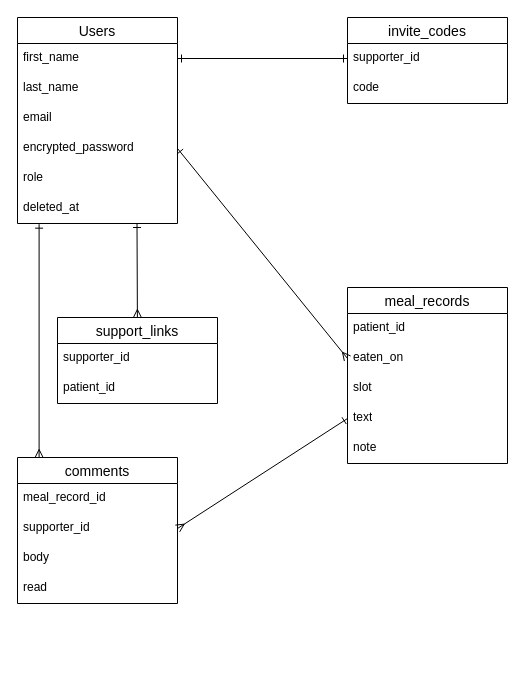
takaerika/meal_support_app keeps this draw.io diagram as page "ページ1" (1 of 2) of meal_support_app.dio. Above is the earlier version. Source tidied: cells renumbered, new cells numbered last; positions are measured from the earlier drawing's top-left corner, leaving out a move shared by most shapes. Both pictures are drawn from the tidied source at 100%, with x=0, y=0 at pixel (17, 17).
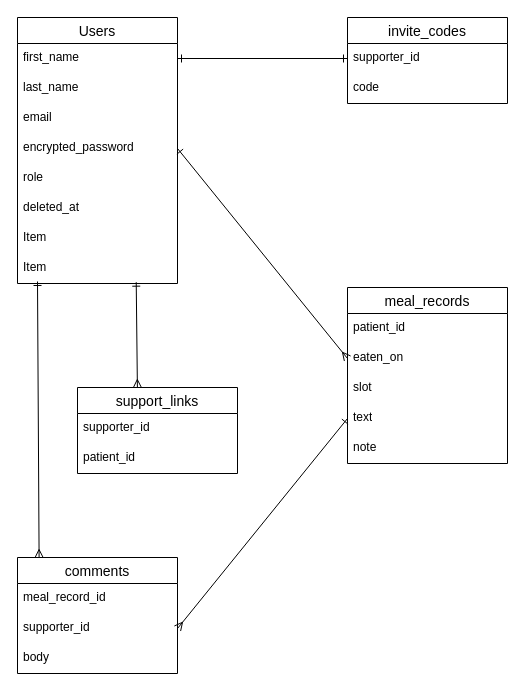
After the change.

Unchanged cells that the change refers to:
```xml
<mxCell id="8" value="deleted_at" style="text;strokeColor=none;fillColor=none;spacingLeft=4;spacingRight=4;overflow=hidden;points=[[0,0.5],[1,0.5]];portConstraint=eastwest;fontSize=12;whiteSpace=wrap;html=1;" parent="2" vertex="1">
  <mxGeometry y="176" width="160" height="30" as="geometry" />
</mxCell>
```

What changed in the source:
```diff
@@
     <mxCell id="2" value="Users" style="swimlane;fontStyle=0;horizontal=1;startSize=26;align=center;fontSize=14;" parent="1" vertex="1">
-      <mxGeometry width="160" height="206" as="geometry" />
+      <mxGeometry width="160" height="266" as="geometry" />
     </mxCell>
@@
+    <mxCell id="31" value="Item" style="text;strokeColor=none;fillColor=none;spacingLeft=4;spacingRight=4;overflow=hidden;fontSize=12;whiteSpace=wrap;html=1;" parent="2" vertex="1">
+      <mxGeometry y="206" width="160" height="30" as="geometry" />
+    </mxCell>
+    <mxCell id="32" value="Item" style="text;strokeColor=none;fillColor=none;spacingLeft=4;spacingRight=4;overflow=hidden;points=[[0,0.5],[1,0.5]];portConstraint=eastwest;fontSize=12;whiteSpace=wrap;html=1;" parent="2" vertex="1">
+      <mxGeometry y="236" width="160" height="30" as="geometry" />
+    </mxCell>
@@
     <mxCell id="12" value="support_links" style="swimlane;fontStyle=0;horizontal=1;startSize=26;align=center;fontSize=14;" parent="1" vertex="1">
-      <mxGeometry x="40" y="300" width="160" height="86" as="geometry" />
+      <mxGeometry x="60" y="370" width="160" height="86" as="geometry" />
     </mxCell>
@@
     <mxCell id="21" value="comments" style="swimlane;fontStyle=0;horizontal=1;startSize=26;align=center;fontSize=14;" parent="1" vertex="1">
-      <mxGeometry y="440" width="160" height="146" as="geometry" />
+      <mxGeometry y="540" width="160" height="116" as="geometry" />
     </mxCell>
@@
-    <mxCell id="25" value="read&amp;nbsp;" style="text;strokeColor=none;fillColor=none;spacingLeft=4;spacingRight=4;overflow=hidden;fontSize=12;whiteSpace=wrap;html=1;" parent="21" vertex="1">
-      <mxGeometry y="116" width="160" height="30" as="geometry" />
-    </mxCell>
@@
-    <mxCell id="27" style="edgeStyle=none;html=1;exitX=0.435;exitY=1.133;exitDx=0;exitDy=0;exitPerimeter=0;startArrow=ERone;startFill=0;endArrow=ERmany;endFill=0;" parent="1" edge="1">
+    <mxCell id="27" style="edgeStyle=none;html=1;exitX=0.742;exitY=0.956;exitDx=0;exitDy=0;exitPerimeter=0;startArrow=ERone;startFill=0;endArrow=ERmany;endFill=0;" parent="1" edge="1" source="32">
       <mxGeometry relative="1" as="geometry">
-        <mxPoint x="119.5" y="206" as="sourcePoint" />
-        <mxPoint x="119.9" y="300" as="targetPoint" />
+        <mxPoint x="119.9" y="370" as="targetPoint" />
       </mxGeometry>
     </mxCell>
-    <mxCell id="28" style="edgeStyle=none;html=1;exitX=0.135;exitY=1.022;exitDx=0;exitDy=0;exitPerimeter=0;endArrow=ERmany;endFill=0;startArrow=ERone;startFill=0;entryX=0.135;entryY=0;entryDx=0;entryDy=0;entryPerimeter=0;" parent="1" edge="1" source="8" target="21">
+    <mxCell id="28" style="edgeStyle=none;html=1;endArrow=ERmany;endFill=0;startArrow=ERone;startFill=0;entryX=0.135;entryY=0;entryDx=0;entryDy=0;entryPerimeter=0;exitX=0.125;exitY=0.933;exitDx=0;exitDy=0;exitPerimeter=0;" parent="1" edge="1" source="32" target="21">
       <mxGeometry relative="1" as="geometry" />
     </mxCell>
```
